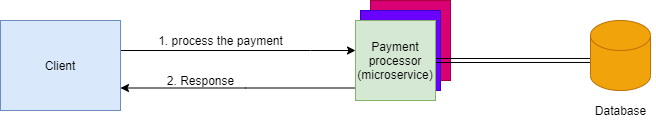
Earlier version of the draw.io export payment_processor_microservice_scaling.png (bhattharishbvp/kafka). Source tidied: cells renumbered, new cells last; positions are measured from the earlier drawing's top-left corner, leaving out a move shared by most shapes.
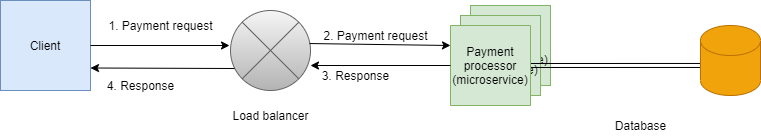
The same file after the commit.

What changed in the source:
```diff
@@ -2,52 +2,62 @@
   <root>
     <mxCell id="0" />
     <mxCell id="1" parent="0" />
-    <mxCell id="2" style="whiteSpace=wrap;html=1;fillColor=#d80073;strokeColor=#A50040;fontColor=#ffffff;" parent="1" vertex="1">
-      <mxGeometry x="370" width="80" height="80" as="geometry" />
-    </mxCell>
-    <mxCell id="3" style="whiteSpace=wrap;html=1;fillColor=#6a00ff;strokeColor=#3700CC;fontColor=#ffffff;" parent="1" vertex="1">
-      <mxGeometry x="360" y="10" width="80" height="80" as="geometry" />
-    </mxCell>
-    <mxCell id="4" style="edgeStyle=orthogonalEdgeStyle;rounded=0;jettySize=auto;html=1;exitX=1;exitY=0.5;exitDx=0;exitDy=0;" parent="1" edge="1" source="5" target="13">
-      <mxGeometry relative="1" as="geometry">
-        <Array as="points">
-          <mxPoint x="310" y="50" />
-          <mxPoint x="310" y="50" />
-        </Array>
-      </mxGeometry>
-    </mxCell>
+    <mxCell id="14" value="Payment processor (microservice)" style="whiteSpace=wrap;html=1;fillColor=#d5e8d4;strokeColor=#82b366;" parent="1" vertex="1">
+      <mxGeometry x="450" y="-10" width="80" height="80" as="geometry" />
+    </mxCell>
+    <mxCell id="15" value="Payment processor (microservice)" style="whiteSpace=wrap;html=1;fillColor=#d5e8d4;strokeColor=#82b366;" parent="1" vertex="1">
+      <mxGeometry x="440" width="80" height="80" as="geometry" />
+    </mxCell>
     <mxCell id="5" value="Client" style="rounded=0;whiteSpace=wrap;html=1;fillColor=#dae8fc;strokeColor=#6c8ebf;" parent="1" vertex="1">
-      <mxGeometry y="20" width="120" height="90" as="geometry" />
+      <mxGeometry x="-20" y="-15" width="90" height="90" as="geometry" />
     </mxCell>
-    <mxCell id="6" style="edgeStyle=orthogonalEdgeStyle;rounded=0;jettySize=auto;html=1;entryX=1;entryY=0.75;entryDx=0;entryDy=0;" parent="1" edge="1" source="13" target="5">
-      <mxGeometry relative="1" as="geometry">
-        <Array as="points">
-          <mxPoint x="245" y="88" />
-        </Array>
-      </mxGeometry>
-    </mxCell>
-    <mxCell id="7" style="edgeStyle=none;shape=link;rounded=0;jettySize=auto;html=1;exitX=1;exitY=0.5;exitDx=0;exitDy=0;entryX=0;entryY=0.571;entryDx=0;entryDy=0;entryPerimeter=0;" parent="1" edge="1" source="13" target="11">
+    <mxCell id="7" style="edgeStyle=none;shape=link;rounded=0;jettySize=auto;html=1;entryX=0;entryY=0.571;entryDx=0;entryDy=0;entryPerimeter=0;" parent="1" edge="1" source="13" target="11">
       <mxGeometry relative="1" as="geometry" />
     </mxCell>
-    <mxCell id="8" value="1. process the payment" style="text;html=1;align=center;verticalAlign=middle;" parent="1" vertex="1">
-      <mxGeometry x="150" y="30" width="140" height="20" as="geometry" />
-    </mxCell>
-    <mxCell id="9" value="2. Response" style="text;html=1;align=center;verticalAlign=middle;" parent="1" vertex="1">
-      <mxGeometry x="160" y="70" width="80" height="20" as="geometry" />
-    </mxCell>
-    <mxCell id="10" style="edgeStyle=none;rounded=0;jettySize=auto;html=1;exitX=0.5;exitY=0;exitDx=0;exitDy=0;exitPerimeter=0;" parent="1" edge="1" source="11">
-      <mxGeometry relative="1" as="geometry">
-        <mxPoint x="620" y="20" as="targetPoint" />
-      </mxGeometry>
-    </mxCell>
     <mxCell id="11" style="shape=cylinder3;whiteSpace=wrap;html=1;boundedLbl=1;backgroundOutline=1;size=15;fillColor=#f0a30a;strokeColor=#BD7000;fontColor=#ffffff;" parent="1" vertex="1">
-      <mxGeometry x="590" y="20" width="60" height="70" as="geometry" />
+      <mxGeometry x="680" y="10" width="60" height="70" as="geometry" />
     </mxCell>
     <mxCell id="12" value="Database" style="text;html=1;align=center;verticalAlign=middle;" parent="1" vertex="1">
       <mxGeometry x="585" y="100" width="70" height="20" as="geometry" />
     </mxCell>
-    <mxCell id="13" value="Payment processor (microservice)" style="whiteSpace=wrap;html=1;fillColor=#d5e8d4;strokeColor=#82b366;" parent="1" vertex="1">
-      <mxGeometry x="355" y="20" width="80" height="80" as="geometry" />
+    <mxCell id="13" value="Payment processor (microservice)" style="whiteSpace=wrap;html=1;fillColor=#d5e8d4;strokeColor=#82b366;direction=south;" parent="1" vertex="1">
+      <mxGeometry x="430" y="10" width="80" height="80" as="geometry" />
     </mxCell>
+    <mxCell id="16" style="shape=sumEllipse;perimeter=ellipsePerimeter;whiteSpace=wrap;html=1;backgroundOutline=1;gradientColor=#b3b3b3;fillColor=#f5f5f5;strokeColor=#666666;" parent="1" vertex="1">
+      <mxGeometry x="210" y="-5" width="80" height="80" as="geometry" />
+    </mxCell>
+    <mxCell id="17" value="Load balancer" style="text;html=1;align=center;verticalAlign=middle;" parent="1" vertex="1">
+      <mxGeometry x="205" y="90" width="90" height="20" as="geometry" />
+    </mxCell>
+    <mxCell id="18" style="endArrow=classic;html=1;exitX=1;exitY=0.5;exitDx=0;exitDy=0;" parent="1" edge="1" source="5">
+      <mxGeometry relative="1" as="geometry">
+        <mxPoint x="209" y="30" as="targetPoint" />
+      </mxGeometry>
+    </mxCell>
+    <mxCell id="19" value="1. Payment request" style="text;html=1;align=center;verticalAlign=middle;" parent="1" vertex="1">
+      <mxGeometry x="80" width="120" height="20" as="geometry" />
+    </mxCell>
+    <mxCell id="20" value="2. Payment request" style="text;html=1;align=center;verticalAlign=middle;" parent="1" vertex="1">
+      <mxGeometry x="295" y="10" width="120" height="20" as="geometry" />
+    </mxCell>
+    <mxCell id="21" value="3. Response" style="text;html=1;align=center;verticalAlign=middle;" parent="1" vertex="1">
+      <mxGeometry x="295" y="50" width="80" height="20" as="geometry" />
+    </mxCell>
+    <mxCell id="22" style="endArrow=classic;html=1;exitX=0.5;exitY=1;exitDx=0;exitDy=0;" parent="1" edge="1" source="13">
+      <mxGeometry relative="1" as="geometry">
+        <mxPoint x="290" y="50" as="targetPoint" />
+      </mxGeometry>
+    </mxCell>
+    <mxCell id="23" style="endArrow=classic;html=1;exitX=0.988;exitY=0.413;exitDx=0;exitDy=0;entryX=0.25;entryY=1;entryDx=0;entryDy=0;exitPerimeter=0;" parent="1" edge="1" source="16" target="13">
+      <mxGeometry relative="1" as="geometry" />
+    </mxCell>
+    <mxCell id="24" style="endArrow=classic;html=1;entryX=1;entryY=0.75;entryDx=0;entryDy=0;" parent="1" edge="1" target="5">
+      <mxGeometry relative="1" as="geometry">
+        <mxPoint x="214" y="53" as="sourcePoint" />
+      </mxGeometry>
+    </mxCell>
+    <mxCell id="25" value="4. Response" style="text;html=1;align=center;verticalAlign=middle;" parent="1" vertex="1">
+      <mxGeometry x="80" y="60" width="80" height="20" as="geometry" />
+    </mxCell>
   </root>
 </mxGraphModel>
```
